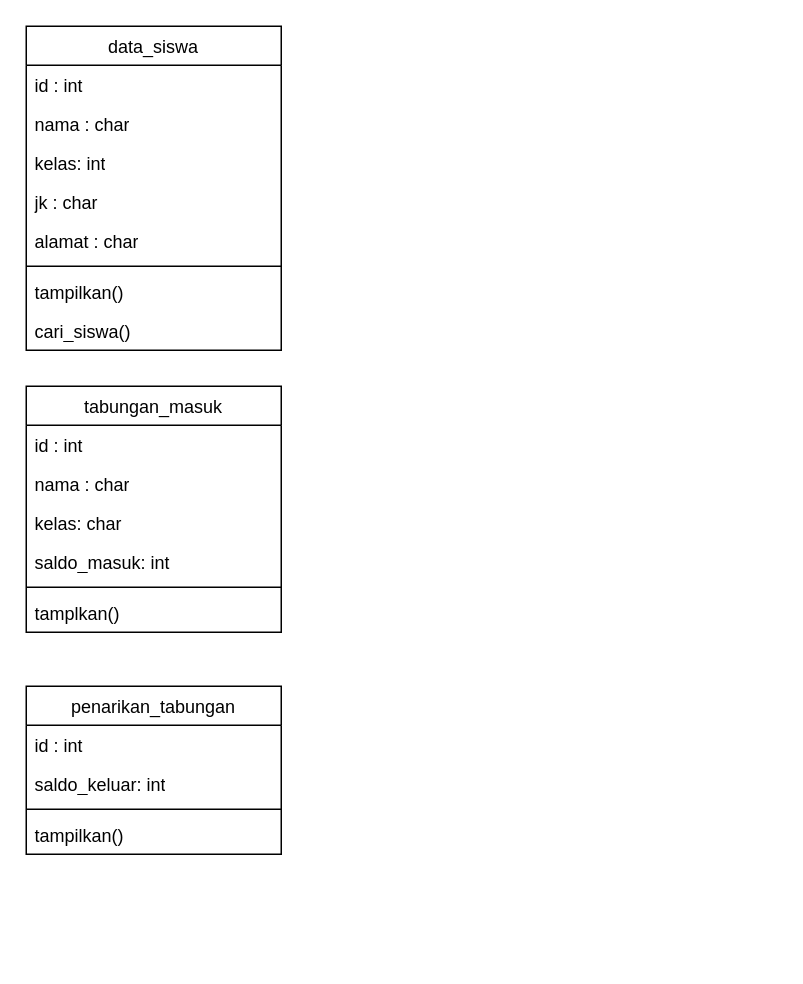
Before: class-diagram.drawio in titapuspitas/Tefa-Tabungan, a draw.io diagram. Source tidied: cells renumbered, new cells numbered last; positions are measured from the earlier drawing's top-left corner, leaving out a move shared by most shapes. Both pictures are drawn from the tidied source at 150%, with x=0, y=0 at pixel (26, 26).
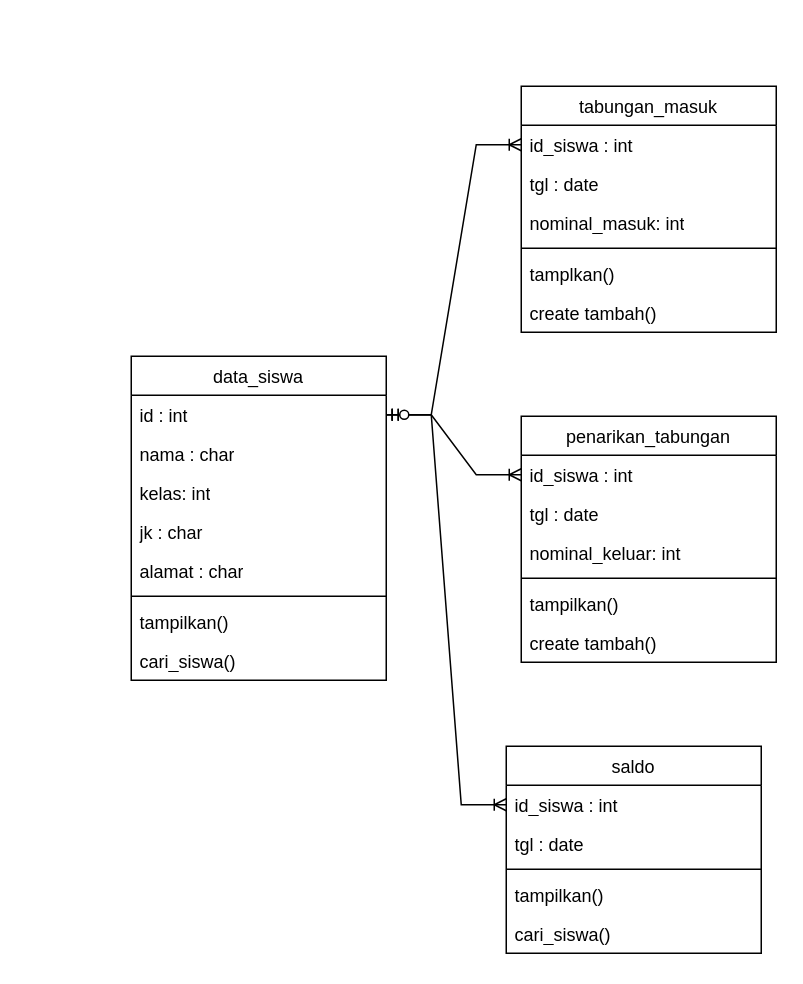
After the change.

The change refers to these unchanged cells:
```xml
<mxCell id="8" value="id : int" style="text;strokeColor=none;fillColor=none;align=left;verticalAlign=top;spacingLeft=4;spacingRight=4;overflow=hidden;points=[[0,0.5],[1,0.5]];portConstraint=eastwest;whiteSpace=wrap;html=1;" parent="7" vertex="1">
  <mxGeometry y="26" width="170" height="26" as="geometry" />
</mxCell>
```

Diff of the diagram source:
```diff
@@
     <mxCell id="2" value="&lt;span style=&quot;font-weight: 400;&quot;&gt;penarikan_tabungan&lt;/span&gt;" style="swimlane;fontStyle=1;align=center;verticalAlign=top;horizontal=1;startSize=26;whiteSpace=wrap;html=1;" parent="1" vertex="1">
-      <mxGeometry y="440" width="170" height="112" as="geometry" />
+      <mxGeometry x="330" y="260" width="170" height="164" as="geometry" />
     </mxCell>
-    <mxCell id="3" value="id : int" style="text;strokeColor=none;fillColor=none;align=left;verticalAlign=top;spacingLeft=4;spacingRight=4;overflow=hidden;points=[[0,0.5],[1,0.5]];portConstraint=eastwest;whiteSpace=wrap;html=1;" parent="2" vertex="1">
+    <mxCell id="3" value="id_siswa : int" style="text;strokeColor=none;fillColor=none;align=left;verticalAlign=top;spacingLeft=4;spacingRight=4;overflow=hidden;points=[[0,0.5],[1,0.5]];portConstraint=eastwest;whiteSpace=wrap;html=1;" parent="2" vertex="1">
       <mxGeometry y="26" width="170" height="26" as="geometry" />
     </mxCell>
+    <mxCell id="23" value="tgl : date" style="text;strokeColor=none;fillColor=none;align=left;verticalAlign=top;spacingLeft=4;spacingRight=4;overflow=hidden;whiteSpace=wrap;html=1;" parent="2" vertex="1">
+      <mxGeometry y="52" width="170" height="26" as="geometry" />
+    </mxCell>
-    <mxCell id="4" value="saldo_keluar: int" style="text;strokeColor=none;fillColor=none;align=left;verticalAlign=top;spacingLeft=4;spacingRight=4;overflow=hidden;whiteSpace=wrap;html=1;" parent="2" vertex="1">
-      <mxGeometry y="52" width="170" height="26" as="geometry" />
+    <mxCell id="4" value="nominal_keluar: int" style="text;strokeColor=none;fillColor=none;align=left;verticalAlign=top;spacingLeft=4;spacingRight=4;overflow=hidden;whiteSpace=wrap;html=1;" parent="2" vertex="1">
+      <mxGeometry y="78" width="170" height="26" as="geometry" />
     </mxCell>
     <mxCell id="5" style="line;strokeWidth=1;fillColor=none;align=left;verticalAlign=middle;spacingTop=-1;spacingLeft=3;spacingRight=3;labelPosition=right;strokeColor=inherit;" parent="2" vertex="1">
-      <mxGeometry y="78" width="170" height="8" as="geometry" />
+      <mxGeometry y="104" width="170" height="8" as="geometry" />
     </mxCell>
     <mxCell id="6" value="tampilkan()" style="text;strokeColor=none;fillColor=none;align=left;verticalAlign=top;spacingLeft=4;spacingRight=4;overflow=hidden;whiteSpace=wrap;html=1;" parent="2" vertex="1">
-      <mxGeometry y="86" width="170" height="26" as="geometry" />
+      <mxGeometry y="112" width="170" height="26" as="geometry" />
     </mxCell>
+    <mxCell id="24" value="create tambah()" style="text;strokeColor=none;fillColor=none;align=left;verticalAlign=top;spacingLeft=4;spacingRight=4;overflow=hidden;whiteSpace=wrap;html=1;" parent="2" vertex="1">
+      <mxGeometry y="138" width="170" height="26" as="geometry" />
+    </mxCell>
     <mxCell id="7" value="&lt;span style=&quot;font-weight: 400;&quot;&gt;data_siswa&lt;/span&gt;" style="swimlane;fontStyle=1;align=center;verticalAlign=top;horizontal=1;startSize=26;whiteSpace=wrap;html=1;" parent="1" vertex="1">
-      <mxGeometry width="170" height="216" as="geometry" />
+      <mxGeometry x="70" y="220" width="170" height="216" as="geometry" />
     </mxCell>
@@
     <mxCell id="16" value="&lt;span style=&quot;font-weight: 400;&quot;&gt;tabungan_masuk&lt;/span&gt;" style="swimlane;fontStyle=1;align=center;verticalAlign=top;horizontal=1;startSize=26;whiteSpace=wrap;html=1;" parent="1" vertex="1">
-      <mxGeometry y="240" width="170" height="164" as="geometry" />
+      <mxGeometry x="330" y="40" width="170" height="164" as="geometry" />
     </mxCell>
-    <mxCell id="17" value="id : int" style="text;strokeColor=none;fillColor=none;align=left;verticalAlign=top;spacingLeft=4;spacingRight=4;overflow=hidden;points=[[0,0.5],[1,0.5]];portConstraint=eastwest;whiteSpace=wrap;html=1;" parent="16" vertex="1">
+    <mxCell id="17" value="id_siswa : int" style="text;strokeColor=none;fillColor=none;align=left;verticalAlign=top;spacingLeft=4;spacingRight=4;overflow=hidden;points=[[0,0.5],[1,0.5]];portConstraint=eastwest;whiteSpace=wrap;html=1;" parent="16" vertex="1">
       <mxGeometry y="26" width="170" height="26" as="geometry" />
     </mxCell>
-    <mxCell id="18" value="nama : char" style="text;strokeColor=none;fillColor=none;align=left;verticalAlign=top;spacingLeft=4;spacingRight=4;overflow=hidden;whiteSpace=wrap;html=1;" parent="16" vertex="1">
-      <mxGeometry y="52" width="170" height="26" as="geometry" />
-    </mxCell>
-    <mxCell id="19" value="kelas: char" style="text;strokeColor=none;fillColor=none;align=left;verticalAlign=top;spacingLeft=4;spacingRight=4;overflow=hidden;whiteSpace=wrap;html=1;" parent="16" vertex="1">
-      <mxGeometry y="78" width="170" height="26" as="geometry" />
-    </mxCell>
+    <mxCell id="25" value="tgl : date" style="text;strokeColor=none;fillColor=none;align=left;verticalAlign=top;spacingLeft=4;spacingRight=4;overflow=hidden;whiteSpace=wrap;html=1;" parent="16" vertex="1">
+      <mxGeometry y="52" width="170" height="26" as="geometry" />
+    </mxCell>
-    <mxCell id="20" value="saldo_masuk: int" style="text;strokeColor=none;fillColor=none;align=left;verticalAlign=top;spacingLeft=4;spacingRight=4;overflow=hidden;whiteSpace=wrap;html=1;" parent="16" vertex="1">
-      <mxGeometry y="104" width="170" height="26" as="geometry" />
+    <mxCell id="20" value="nominal_masuk: int" style="text;strokeColor=none;fillColor=none;align=left;verticalAlign=top;spacingLeft=4;spacingRight=4;overflow=hidden;whiteSpace=wrap;html=1;" parent="16" vertex="1">
+      <mxGeometry y="78" width="170" height="26" as="geometry" />
     </mxCell>
     <mxCell id="21" style="line;strokeWidth=1;fillColor=none;align=left;verticalAlign=middle;spacingTop=-1;spacingLeft=3;spacingRight=3;labelPosition=right;strokeColor=inherit;" parent="16" vertex="1">
-      <mxGeometry y="130" width="170" height="8" as="geometry" />
+      <mxGeometry y="104" width="170" height="8" as="geometry" />
     </mxCell>
     <mxCell id="22" value="tamplkan()" style="text;strokeColor=none;fillColor=none;align=left;verticalAlign=top;spacingLeft=4;spacingRight=4;overflow=hidden;whiteSpace=wrap;html=1;" parent="16" vertex="1">
-      <mxGeometry y="138" width="170" height="26" as="geometry" />
+      <mxGeometry y="112" width="170" height="26" as="geometry" />
     </mxCell>
+    <mxCell id="26" value="create tambah()" style="text;strokeColor=none;fillColor=none;align=left;verticalAlign=top;spacingLeft=4;spacingRight=4;overflow=hidden;whiteSpace=wrap;html=1;" parent="16" vertex="1">
+      <mxGeometry y="138" width="170" height="26" as="geometry" />
+    </mxCell>
+    <mxCell id="27" value="&lt;span style=&quot;font-weight: 400;&quot;&gt;saldo&lt;/span&gt;" style="swimlane;fontStyle=1;align=center;verticalAlign=top;horizontal=1;startSize=26;whiteSpace=wrap;html=1;" parent="1" vertex="1">
+      <mxGeometry x="320" y="480" width="170" height="138" as="geometry" />
+    </mxCell>
+    <mxCell id="28" value="id_siswa : int" style="text;strokeColor=none;fillColor=none;align=left;verticalAlign=top;spacingLeft=4;spacingRight=4;overflow=hidden;points=[[0,0.5],[1,0.5]];portConstraint=eastwest;whiteSpace=wrap;html=1;" parent="27" vertex="1">
+      <mxGeometry y="26" width="170" height="26" as="geometry" />
+    </mxCell>
+    <mxCell id="29" value="tgl : date" style="text;strokeColor=none;fillColor=none;align=left;verticalAlign=top;spacingLeft=4;spacingRight=4;overflow=hidden;whiteSpace=wrap;html=1;" parent="27" vertex="1">
+      <mxGeometry y="52" width="170" height="26" as="geometry" />
+    </mxCell>
+    <mxCell id="30" style="line;strokeWidth=1;fillColor=none;align=left;verticalAlign=middle;spacingTop=-1;spacingLeft=3;spacingRight=3;labelPosition=right;strokeColor=inherit;" parent="27" vertex="1">
+      <mxGeometry y="78" width="170" height="8" as="geometry" />
+    </mxCell>
+    <mxCell id="31" value="tampilkan()" style="text;strokeColor=none;fillColor=none;align=left;verticalAlign=top;spacingLeft=4;spacingRight=4;overflow=hidden;whiteSpace=wrap;html=1;" parent="27" vertex="1">
+      <mxGeometry y="86" width="170" height="26" as="geometry" />
+    </mxCell>
+    <mxCell id="32" value="cari_siswa()" style="text;strokeColor=none;fillColor=none;align=left;verticalAlign=top;spacingLeft=4;spacingRight=4;overflow=hidden;whiteSpace=wrap;html=1;" parent="27" vertex="1">
+      <mxGeometry y="112" width="170" height="26" as="geometry" />
+    </mxCell>
+    <mxCell id="33" style="edgeStyle=entityRelationEdgeStyle;fontSize=12;html=1;endArrow=ERoneToMany;startArrow=ERmandOne;rounded=0;" parent="1" edge="1" source="8" target="17">
+      <mxGeometry relative="1" as="geometry">
+        <Array as="points">
+          <mxPoint x="350" y="160" />
+        </Array>
+      </mxGeometry>
+    </mxCell>
+    <mxCell id="34" style="edgeStyle=entityRelationEdgeStyle;fontSize=12;html=1;endArrow=ERoneToMany;startArrow=ERmandOne;rounded=0;" parent="1" edge="1" source="8" target="3">
+      <mxGeometry relative="1" as="geometry">
+        <Array as="points">
+          <mxPoint x="180" y="355" />
+        </Array>
+      </mxGeometry>
+    </mxCell>
+    <mxCell id="35" style="edgeStyle=entityRelationEdgeStyle;fontSize=12;html=1;endArrow=ERoneToMany;startArrow=ERzeroToOne;rounded=0;" parent="1" edge="1" source="8" target="28">
+      <mxGeometry relative="1" as="geometry">
+        <Array as="points">
+          <mxPoint x="159" y="274" />
+        </Array>
+      </mxGeometry>
+    </mxCell>
```
